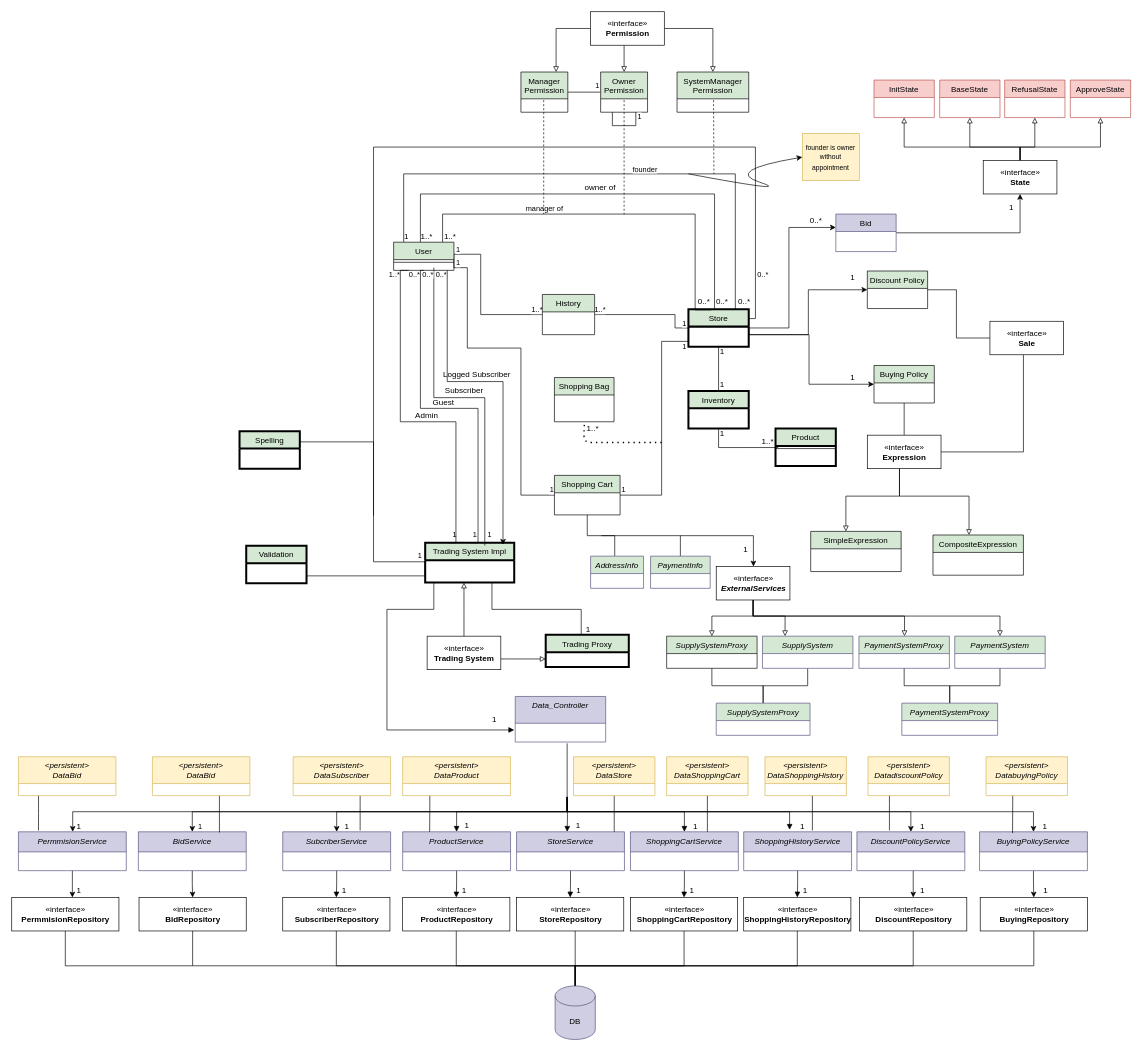
Earlier version of the draw.io diagram Files/Files_Version4/WhiteDiagram/WhiteDiagram.drawio (amitrub/Trading-System). Source tidied: cells renumbered, new cells numbered last; positions are measured from the earlier drawing's top-left corner, leaving out a move shared by most shapes. Both pictures are drawn from the tidied source at 67%, with x=0, y=0 at pixel (11, 11).
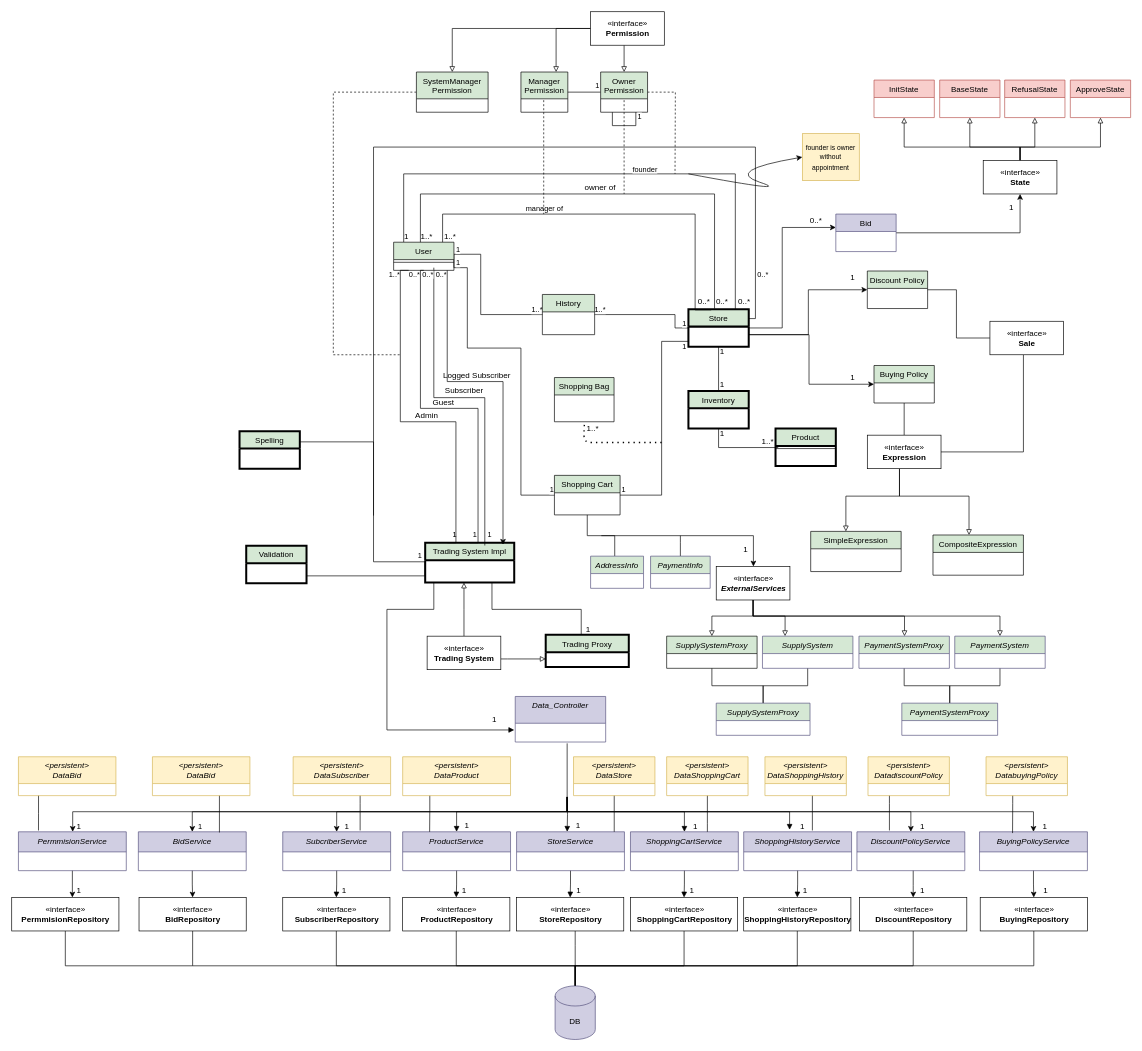
Above is the later version.

Unchanged cells that the change refers to:
```xml
<mxCell id="13" value="Store" style="swimlane;fontStyle=0;align=center;verticalAlign=top;horizontal=1;startSize=26;rounded=0;shadow=0;strokeWidth=3;fillColor=#d5e8d4;" parent="1" vertex="1">
  <mxGeometry x="1010" y="444" width="90" height="56" as="geometry" />
</mxCell>
<mxCell id="65" value="Owner&#10;Permission" style="swimlane;fontStyle=0;align=center;verticalAlign=top;horizontal=1;startSize=40;rounded=0;shadow=0;strokeWidth=1;fillColor=#d5e8d4;" parent="1" vertex="1">
  <mxGeometry x="879" y="90" width="70" height="60" as="geometry" />
</mxCell>
```

The edit, as a diff of the source:
```diff
@@
     <mxCell id="12" style="edgeStyle=orthogonalEdgeStyle;rounded=0;jettySize=auto;html=1;exitX=1;exitY=0;exitDx=0;exitDy=0;" parent="1" edge="1" source="13">
       <mxGeometry relative="1" as="geometry">
         <mxPoint x="1230" y="322" as="targetPoint" />
         <Array as="points">
           <mxPoint x="1100" y="472" />
-          <mxPoint x="1160" y="472" />
-          <mxPoint x="1160" y="322" />
+          <mxPoint x="1150" y="472" />
+          <mxPoint x="1150" y="322" />
         </Array>
       </mxGeometry>
     </mxCell>
@@
+    <mxCell id="221" style="edgeStyle=orthogonalEdgeStyle;rounded=0;jettySize=auto;html=1;dashed=1;endArrow=none;endFill=0;" parent="1" edge="1" source="65">
+      <mxGeometry relative="1" as="geometry">
+        <mxPoint x="990" y="242" as="targetPoint" />
+      </mxGeometry>
+    </mxCell>
@@
     <mxCell id="67" style="endArrow=none;dashed=1;html=1;" parent="1" edge="1">
       <mxGeometry relative="1" as="geometry">
         <mxPoint x="914" y="132" as="sourcePoint" />
-        <mxPoint x="914" y="302" as="targetPoint" />
+        <mxPoint x="914" y="272" as="targetPoint" />
       </mxGeometry>
     </mxCell>
@@
     <mxCell id="83" value="Logged Subscriber" style="text;html=1;align=center;verticalAlign=middle;" parent="1" vertex="1">
-      <mxGeometry x="634" y="532" width="120" height="20" as="geometry" />
+      <mxGeometry x="634" y="533" width="120" height="20" as="geometry" />
     </mxCell>
@@
+    <mxCell id="222" style="edgeStyle=orthogonalEdgeStyle;rounded=0;jettySize=auto;html=1;dashed=1;endArrow=none;endFill=0;" parent="1" edge="1" source="95">
+      <mxGeometry relative="1" as="geometry">
+        <mxPoint x="580" y="512" as="targetPoint" />
+        <Array as="points">
+          <mxPoint x="480" y="120" />
+          <mxPoint x="480" y="512" />
+        </Array>
+      </mxGeometry>
+    </mxCell>
     <mxCell id="95" value="SystemManager&#10;Permission" style="swimlane;fontStyle=0;align=center;verticalAlign=top;horizontal=1;startSize=40;rounded=0;shadow=0;strokeWidth=1;fillColor=#d5e8d4;" parent="1" vertex="1">
-      <mxGeometry x="993" y="90" width="107" height="60" as="geometry" />
+      <mxGeometry x="604" y="90" width="107" height="60" as="geometry" />
     </mxCell>
-    <mxCell id="96" style="endArrow=none;dashed=1;html=1;" parent="1" edge="1">
-      <mxGeometry relative="1" as="geometry">
-        <mxPoint x="1047.5" y="132" as="sourcePoint" />
-        <mxPoint x="1048" y="242" as="targetPoint" />
-      </mxGeometry>
-    </mxCell>
```
